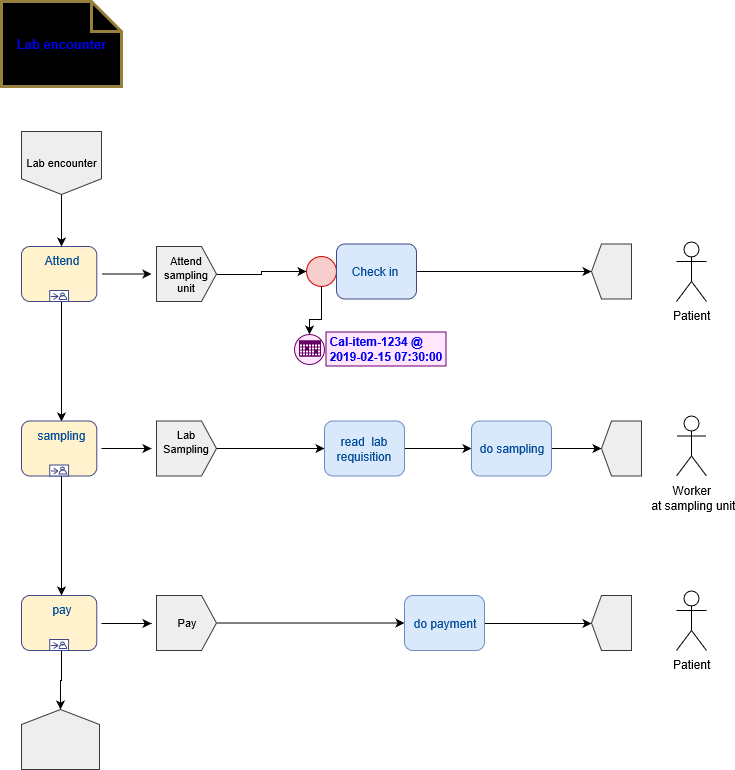
This is images/lab encounter 2.png from hauhaann/taskplanning, a draw.io export, as it was before one commit. Source tidied: cells renumbered, new cells last; positions are measured from the earlier drawing's top-left corner, leaving out a move shared by most shapes. The source it was exported from:
```xml
<mxGraphModel>
  <root>
    <mxCell id="0" />
    <mxCell id="1" parent="0" />
    <mxCell id="2" value="&lt;div style=&quot;text-align: center&quot;&gt;&lt;font color=&quot;#0000f0&quot;&gt;&lt;b&gt;Lab encounter&lt;/b&gt;&lt;/font&gt;&lt;font color=&quot;#0000f0&quot;&gt;&lt;b&gt;&lt;br&gt;&lt;/b&gt;&lt;/font&gt;&lt;/div&gt;" style="shape=note;whiteSpace=wrap;html=1;backgroundOutline=1;darkOpacity=0.05;fontSize=13;fillColor=#fff2cc;strokeColor=#96803C;gradientColor=#ffd966;fontColor=#0000CC;spacingTop=0;strokeWidth=3;align=center;" parent="1" vertex="1">
      <mxGeometry width="120" height="85" as="geometry" />
    </mxCell>
    <mxCell id="3" style="edgeStyle=orthogonalEdgeStyle;rounded=0;jettySize=auto;html=1;exitX=1;exitY=0.5;exitDx=0;exitDy=0;entryX=0;entryY=0.5;entryDx=0;entryDy=0;" parent="1" edge="1" source="4" target="7">
      <mxGeometry relative="1" as="geometry" />
    </mxCell>
    <mxCell id="4" value="Attend sampling unit&lt;br&gt;" style="shape=(stored shape, 376 characters);whiteSpace=wrap;html=1;fillColor=#eeeeee;fontSize=11;strokeColor=#36393d;" parent="1" vertex="1">
      <mxGeometry x="155" y="245" width="60" height="55" as="geometry" />
    </mxCell>
    <mxCell id="5" style="edgeStyle=orthogonalEdgeStyle;rounded=0;jettySize=auto;html=1;exitX=0.137;exitY=0.78;exitDx=0;exitDy=0;exitPerimeter=0;entryX=0.5;entryY=0;entryDx=0;entryDy=0;" parent="1" edge="1" source="7" target="10">
      <mxGeometry relative="1" as="geometry" />
    </mxCell>
    <mxCell id="6" style="edgeStyle=orthogonalEdgeStyle;rounded=0;jettySize=auto;html=1;entryX=0;entryY=0.5;entryDx=0;entryDy=0;" parent="1" edge="1" source="7" target="8">
      <mxGeometry relative="1" as="geometry" />
    </mxCell>
    <mxCell id="7" value="Check in&lt;br&gt;" style="shape=(stored shape, 404 characters);whiteSpace=wrap;html=1;fontSize=12;align=center;fillColor=#dae8fc;strokeColor=#6c8ebf;fontColor=#004C99;spacingLeft=26;" parent="1" vertex="1">
      <mxGeometry x="305" y="242.5" width="110" height="55" as="geometry" />
    </mxCell>
    <mxCell id="8" style="shape=(stored shape, 372 characters);whiteSpace=wrap;html=1;fillColor=#f5f5f5;gradientColor=#b3b3b3;fontSize=11;strokeColor=#666666;" parent="1" vertex="1">
      <mxGeometry x="590" y="242.5" width="40" height="55" as="geometry" />
    </mxCell>
    <mxCell id="9" style="group;fontStyle=1;" parent="1" vertex="1">
      <mxGeometry x="293" y="330.5" width="151.5" height="34" as="geometry" />
    </mxCell>
    <mxCell id="10" style="shape=(stored shape, 524 characters);whiteSpace=wrap;html=1;fontSize=12;align=center;verticalAlign=top;fillColor=#f8cecc;strokeColor=#b85450;spacingRight=-30;" parent="9" vertex="1">
      <mxGeometry y="2" width="30" height="30" as="geometry" />
    </mxCell>
    <mxCell id="11" value="&lt;div style=&quot;text-align: left&quot;&gt;&lt;span&gt;&lt;b&gt;&lt;font color=&quot;#0000f0&quot;&gt;Cal-item-1234 @&amp;nbsp;&lt;/font&gt;&lt;/b&gt;&lt;/span&gt;&lt;/div&gt;&lt;div style=&quot;text-align: left&quot;&gt;&lt;font color=&quot;#0000f0&quot;&gt;&lt;b&gt;2019-02-15 07:30:00&lt;/b&gt;&lt;/font&gt;&lt;/div&gt;&lt;div style=&quot;text-align: left&quot;&gt;&lt;/div&gt;" style="rounded=0;whiteSpace=wrap;html=1;fontSize=12;fontColor=#004C99;strokeColor=#660066;fillColor=#FFE6FE;" parent="9" vertex="1">
      <mxGeometry x="31.5" width="120" height="34" as="geometry" />
    </mxCell>
    <mxCell id="12" style="edgeStyle=orthogonalEdgeStyle;rounded=0;jettySize=auto;html=1;" parent="1" edge="1" source="13" target="15">
      <mxGeometry relative="1" as="geometry" />
    </mxCell>
    <mxCell id="13" value="Lab Sampling&lt;br&gt;&lt;br&gt;" style="shape=(stored shape, 376 characters);whiteSpace=wrap;html=1;fillColor=#eeeeee;fontSize=11;strokeColor=#36393d;" parent="1" vertex="1">
      <mxGeometry x="155" y="419.5" width="60" height="55" as="geometry" />
    </mxCell>
    <mxCell id="14" style="edgeStyle=orthogonalEdgeStyle;rounded=0;jettySize=auto;html=1;" parent="1" edge="1" source="15" target="17">
      <mxGeometry relative="1" as="geometry" />
    </mxCell>
    <mxCell id="15" value="read&amp;nbsp; lab requisition&lt;br&gt;" style="shape=(stored shape, 288 characters);whiteSpace=wrap;html=1;fontSize=12;align=center;fillColor=#dae8fc;strokeColor=#6c8ebf;fontColor=#004C99;" parent="1" vertex="1">
      <mxGeometry x="323" y="419.5" width="80" height="55" as="geometry" />
    </mxCell>
    <mxCell id="16" style="edgeStyle=orthogonalEdgeStyle;rounded=0;jettySize=auto;html=1;entryX=0;entryY=0.5;entryDx=0;entryDy=0;" parent="1" edge="1" source="17" target="18">
      <mxGeometry relative="1" as="geometry" />
    </mxCell>
    <mxCell id="17" value="do sampling&lt;br&gt;" style="shape=(stored shape, 288 characters);whiteSpace=wrap;html=1;fontSize=12;align=center;fillColor=#dae8fc;strokeColor=#6c8ebf;fontColor=#004C99;" parent="1" vertex="1">
      <mxGeometry x="470" y="419.5" width="80" height="55" as="geometry" />
    </mxCell>
    <mxCell id="18" style="shape=(stored shape, 372 characters);whiteSpace=wrap;html=1;fillColor=#f5f5f5;gradientColor=#b3b3b3;fontSize=11;strokeColor=#666666;" parent="1" vertex="1">
      <mxGeometry x="600" y="419.5" width="40" height="55" as="geometry" />
    </mxCell>
    <mxCell id="19" value="Patient&lt;br&gt;" style="shape=umlActor;verticalLabelPosition=bottom;labelBackgroundColor=#ffffff;verticalAlign=top;html=1;" parent="1" vertex="1">
      <mxGeometry x="675" y="240" width="30" height="60" as="geometry" />
    </mxCell>
    <mxCell id="20" value="Worker&lt;br&gt;&amp;nbsp;at sampling unit&lt;br&gt;&lt;br&gt;" style="shape=umlActor;verticalLabelPosition=bottom;labelBackgroundColor=#ffffff;verticalAlign=top;html=1;" parent="1" vertex="1">
      <mxGeometry x="675" y="414.5" width="30" height="60" as="geometry" />
    </mxCell>
    <mxCell id="21" style="edgeStyle=orthogonalEdgeStyle;rounded=0;jettySize=auto;html=1;" parent="1" edge="1" source="22" target="24">
      <mxGeometry relative="1" as="geometry" />
    </mxCell>
    <mxCell id="22" value="Pay&lt;br&gt;" style="shape=(stored shape, 376 characters);whiteSpace=wrap;html=1;fillColor=#eeeeee;fontSize=11;strokeColor=#36393d;" parent="1" vertex="1">
      <mxGeometry x="155" y="594" width="60" height="55" as="geometry" />
    </mxCell>
    <mxCell id="23" style="edgeStyle=orthogonalEdgeStyle;rounded=0;jettySize=auto;html=1;exitX=1;exitY=0.5;exitDx=0;exitDy=0;entryX=0;entryY=0.5;entryDx=0;entryDy=0;" parent="1" edge="1" source="24" target="26">
      <mxGeometry relative="1" as="geometry" />
    </mxCell>
    <mxCell id="24" value="do payment&lt;br&gt;" style="shape=(stored shape, 288 characters);whiteSpace=wrap;html=1;fontSize=12;align=center;fillColor=#dae8fc;strokeColor=#6c8ebf;fontColor=#004C99;" parent="1" vertex="1">
      <mxGeometry x="403" y="594" width="80" height="55" as="geometry" />
    </mxCell>
    <mxCell id="25" value="Patient&lt;br&gt;" style="shape=umlActor;verticalLabelPosition=bottom;labelBackgroundColor=#ffffff;verticalAlign=top;html=1;" parent="1" vertex="1">
      <mxGeometry x="675" y="589" width="30" height="60" as="geometry" />
    </mxCell>
    <mxCell id="26" style="shape=(stored shape, 372 characters);whiteSpace=wrap;html=1;fillColor=#f5f5f5;gradientColor=#b3b3b3;fontSize=11;strokeColor=#666666;" parent="1" vertex="1">
      <mxGeometry x="590" y="594" width="40" height="55" as="geometry" />
    </mxCell>
    <mxCell id="27" style="edgeStyle=orthogonalEdgeStyle;rounded=0;jettySize=auto;html=1;" parent="1" edge="1" source="29">
      <mxGeometry relative="1" as="geometry">
        <mxPoint x="150" y="272.5" as="targetPoint" />
      </mxGeometry>
    </mxCell>
    <mxCell id="28" style="edgeStyle=orthogonalEdgeStyle;rounded=0;jettySize=auto;html=1;entryX=0.5;entryY=0;entryDx=0;entryDy=0;" parent="1" edge="1" source="29" target="32">
      <mxGeometry relative="1" as="geometry" />
    </mxCell>
    <mxCell id="29" value="Attend&lt;br&gt;" style="shape=(stored shape, 544 characters);whiteSpace=wrap;html=1;fontSize=12;align=center;verticalAlign=top;fillColor=#fff2cc;strokeColor=#d6b656;fontColor=#004C99;" parent="1" vertex="1">
      <mxGeometry x="20" y="245" width="80" height="55" as="geometry" />
    </mxCell>
    <mxCell id="30" style="edgeStyle=orthogonalEdgeStyle;rounded=0;jettySize=auto;html=1;exitX=1;exitY=0.5;exitDx=0;exitDy=0;" parent="1" edge="1" source="32">
      <mxGeometry relative="1" as="geometry">
        <mxPoint x="150" y="447" as="targetPoint" />
      </mxGeometry>
    </mxCell>
    <mxCell id="31" style="edgeStyle=orthogonalEdgeStyle;rounded=0;jettySize=auto;html=1;entryX=0.5;entryY=0;entryDx=0;entryDy=0;" parent="1" edge="1" source="32" target="35">
      <mxGeometry relative="1" as="geometry" />
    </mxCell>
    <mxCell id="32" value="sampling&lt;br&gt;" style="shape=(stored shape, 544 characters);whiteSpace=wrap;html=1;fontSize=12;align=center;verticalAlign=top;fillColor=#fff2cc;strokeColor=#d6b656;fontColor=#004C99;" parent="1" vertex="1">
      <mxGeometry x="20" y="419.5" width="80" height="55" as="geometry" />
    </mxCell>
    <mxCell id="33" style="edgeStyle=orthogonalEdgeStyle;rounded=0;jettySize=auto;html=1;exitX=1;exitY=0.5;exitDx=0;exitDy=0;" parent="1" edge="1" source="35">
      <mxGeometry relative="1" as="geometry">
        <mxPoint x="150" y="622" as="targetPoint" />
      </mxGeometry>
    </mxCell>
    <mxCell id="34" style="edgeStyle=orthogonalEdgeStyle;rounded=0;jettySize=auto;html=1;" parent="1" edge="1" source="35" target="36">
      <mxGeometry relative="1" as="geometry" />
    </mxCell>
    <mxCell id="35" value="pay&lt;br&gt;" style="shape=(stored shape, 544 characters);whiteSpace=wrap;html=1;fontSize=12;align=center;verticalAlign=top;fillColor=#fff2cc;strokeColor=#d6b656;fontColor=#004C99;" parent="1" vertex="1">
      <mxGeometry x="20" y="594" width="80" height="55" as="geometry" />
    </mxCell>
    <mxCell id="36" value="&lt;br&gt;" style="shape=(stored shape, 376 characters);whiteSpace=wrap;html=1;fillColor=#eeeeee;fontSize=11;strokeColor=#36393d;direction=north;" parent="1" vertex="1">
      <mxGeometry x="20" y="708" width="78" height="60" as="geometry" />
    </mxCell>
    <mxCell id="37" style="edgeStyle=orthogonalEdgeStyle;rounded=0;jettySize=auto;html=1;" parent="1" edge="1" source="38" target="29">
      <mxGeometry relative="1" as="geometry" />
    </mxCell>
    <mxCell id="38" value="Lab encounter&lt;br&gt;" style="shape=(stored shape, 376 characters);whiteSpace=wrap;html=1;fillColor=#eeeeee;fontSize=11;strokeColor=#36393d;direction=south;" parent="1" vertex="1">
      <mxGeometry x="20" y="130" width="80" height="63" as="geometry" />
    </mxCell>
  </root>
</mxGraphModel>
```
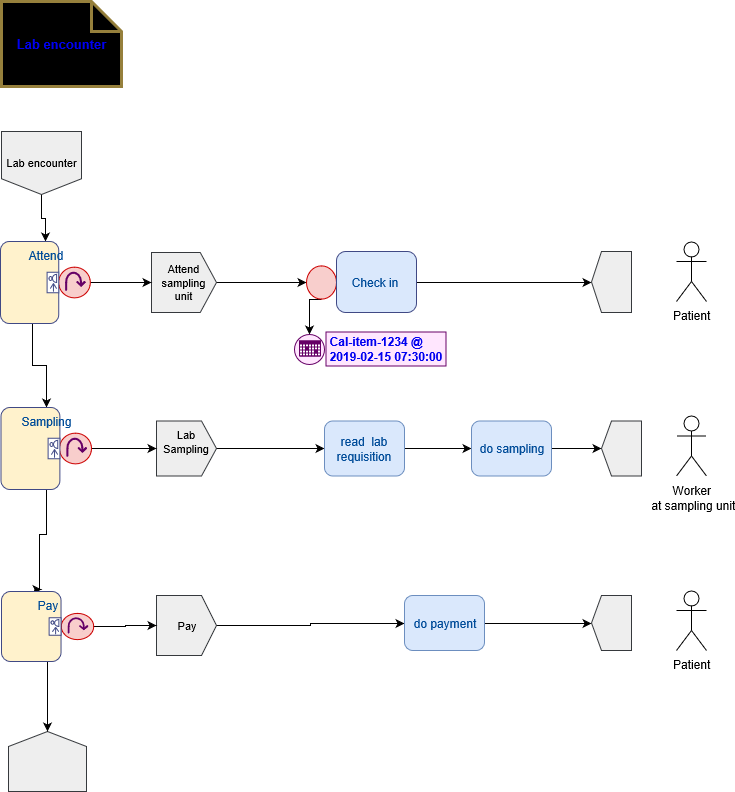
After the commit.

What changed in the source:
```diff
@@ -9,7 +9,7 @@
       <mxGeometry relative="1" as="geometry" />
     </mxCell>
     <mxCell id="4" value="Attend sampling unit&lt;br&gt;" style="shape=(stored shape, 376 characters);whiteSpace=wrap;html=1;fillColor=#eeeeee;fontSize=11;strokeColor=#36393d;" parent="1" vertex="1">
-      <mxGeometry x="155" y="245" width="60" height="55" as="geometry" />
+      <mxGeometry x="150" y="251" width="65" height="60" as="geometry" />
     </mxCell>
     <mxCell id="5" style="edgeStyle=orthogonalEdgeStyle;rounded=0;jettySize=auto;html=1;exitX=0.137;exitY=0.78;exitDx=0;exitDy=0;exitPerimeter=0;entryX=0.5;entryY=0;entryDx=0;entryDy=0;" parent="1" edge="1" source="7" target="10">
       <mxGeometry relative="1" as="geometry" />
@@ -18,10 +18,10 @@
       <mxGeometry relative="1" as="geometry" />
     </mxCell>
     <mxCell id="7" value="Check in&lt;br&gt;" style="shape=(stored shape, 404 characters);whiteSpace=wrap;html=1;fontSize=12;align=center;fillColor=#dae8fc;strokeColor=#6c8ebf;fontColor=#004C99;spacingLeft=26;" parent="1" vertex="1">
-      <mxGeometry x="305" y="242.5" width="110" height="55" as="geometry" />
+      <mxGeometry x="305" y="250" width="110" height="61" as="geometry" />
     </mxCell>
     <mxCell id="8" style="shape=(stored shape, 372 characters);whiteSpace=wrap;html=1;fillColor=#f5f5f5;gradientColor=#b3b3b3;fontSize=11;strokeColor=#666666;" parent="1" vertex="1">
-      <mxGeometry x="590" y="242.5" width="40" height="55" as="geometry" />
+      <mxGeometry x="590" y="250" width="40" height="61" as="geometry" />
     </mxCell>
     <mxCell id="9" style="group;fontStyle=1;" parent="1" vertex="1">
       <mxGeometry x="293" y="330.5" width="151.5" height="34" as="geometry" />
@@ -63,7 +63,7 @@
       <mxGeometry relative="1" as="geometry" />
     </mxCell>
     <mxCell id="22" value="Pay&lt;br&gt;" style="shape=(stored shape, 376 characters);whiteSpace=wrap;html=1;fillColor=#eeeeee;fontSize=11;strokeColor=#36393d;" parent="1" vertex="1">
-      <mxGeometry x="155" y="594" width="60" height="55" as="geometry" />
+      <mxGeometry x="155" y="594" width="60" height="60" as="geometry" />
     </mxCell>
     <mxCell id="23" style="edgeStyle=orthogonalEdgeStyle;rounded=0;jettySize=auto;html=1;exitX=1;exitY=0.5;exitDx=0;exitDy=0;entryX=0;entryY=0.5;entryDx=0;entryDy=0;" parent="1" edge="1" source="24" target="26">
       <mxGeometry relative="1" as="geometry" />
@@ -77,47 +77,47 @@
     <mxCell id="26" style="shape=(stored shape, 372 characters);whiteSpace=wrap;html=1;fillColor=#f5f5f5;gradientColor=#b3b3b3;fontSize=11;strokeColor=#666666;" parent="1" vertex="1">
       <mxGeometry x="590" y="594" width="40" height="55" as="geometry" />
     </mxCell>
-    <mxCell id="27" style="edgeStyle=orthogonalEdgeStyle;rounded=0;jettySize=auto;html=1;" parent="1" edge="1" source="29">
-      <mxGeometry relative="1" as="geometry">
-        <mxPoint x="150" y="272.5" as="targetPoint" />
-      </mxGeometry>
-    </mxCell>
-    <mxCell id="28" style="edgeStyle=orthogonalEdgeStyle;rounded=0;jettySize=auto;html=1;entryX=0.5;entryY=0;entryDx=0;entryDy=0;" parent="1" edge="1" source="29" target="32">
-      <mxGeometry relative="1" as="geometry" />
-    </mxCell>
-    <mxCell id="29" value="Attend&lt;br&gt;" style="shape=(stored shape, 544 characters);whiteSpace=wrap;html=1;fontSize=12;align=center;verticalAlign=top;fillColor=#fff2cc;strokeColor=#d6b656;fontColor=#004C99;" parent="1" vertex="1">
-      <mxGeometry x="20" y="245" width="80" height="55" as="geometry" />
-    </mxCell>
-    <mxCell id="30" style="edgeStyle=orthogonalEdgeStyle;rounded=0;jettySize=auto;html=1;exitX=1;exitY=0.5;exitDx=0;exitDy=0;" parent="1" edge="1" source="32">
-      <mxGeometry relative="1" as="geometry">
-        <mxPoint x="150" y="447" as="targetPoint" />
-      </mxGeometry>
-    </mxCell>
-    <mxCell id="31" style="edgeStyle=orthogonalEdgeStyle;rounded=0;jettySize=auto;html=1;entryX=0.5;entryY=0;entryDx=0;entryDy=0;" parent="1" edge="1" source="32" target="35">
-      <mxGeometry relative="1" as="geometry" />
-    </mxCell>
-    <mxCell id="32" value="sampling&lt;br&gt;" style="shape=(stored shape, 544 characters);whiteSpace=wrap;html=1;fontSize=12;align=center;verticalAlign=top;fillColor=#fff2cc;strokeColor=#d6b656;fontColor=#004C99;" parent="1" vertex="1">
-      <mxGeometry x="20" y="419.5" width="80" height="55" as="geometry" />
-    </mxCell>
-    <mxCell id="33" style="edgeStyle=orthogonalEdgeStyle;rounded=0;jettySize=auto;html=1;exitX=1;exitY=0.5;exitDx=0;exitDy=0;" parent="1" edge="1" source="35">
-      <mxGeometry relative="1" as="geometry">
-        <mxPoint x="150" y="622" as="targetPoint" />
-      </mxGeometry>
-    </mxCell>
-    <mxCell id="34" style="edgeStyle=orthogonalEdgeStyle;rounded=0;jettySize=auto;html=1;" parent="1" edge="1" source="35" target="36">
-      <mxGeometry relative="1" as="geometry" />
-    </mxCell>
-    <mxCell id="35" value="pay&lt;br&gt;" style="shape=(stored shape, 544 characters);whiteSpace=wrap;html=1;fontSize=12;align=center;verticalAlign=top;fillColor=#fff2cc;strokeColor=#d6b656;fontColor=#004C99;" parent="1" vertex="1">
-      <mxGeometry x="20" y="594" width="80" height="55" as="geometry" />
-    </mxCell>
     <mxCell id="36" value="&lt;br&gt;" style="shape=(stored shape, 376 characters);whiteSpace=wrap;html=1;fillColor=#eeeeee;fontSize=11;strokeColor=#36393d;direction=north;" parent="1" vertex="1">
-      <mxGeometry x="20" y="708" width="78" height="60" as="geometry" />
+      <mxGeometry x="7" y="730" width="78" height="60" as="geometry" />
     </mxCell>
     <mxCell id="37" style="edgeStyle=orthogonalEdgeStyle;rounded=0;jettySize=auto;html=1;" parent="1" edge="1" source="38" target="29">
       <mxGeometry relative="1" as="geometry" />
     </mxCell>
     <mxCell id="38" value="Lab encounter&lt;br&gt;" style="shape=(stored shape, 376 characters);whiteSpace=wrap;html=1;fillColor=#eeeeee;fontSize=11;strokeColor=#36393d;direction=south;" parent="1" vertex="1">
-      <mxGeometry x="20" y="130" width="80" height="63" as="geometry" />
+      <mxGeometry y="130" width="80" height="63" as="geometry" />
     </mxCell>
+    <mxCell id="39" style="edgeStyle=orthogonalEdgeStyle;rounded=0;jettySize=auto;html=1;exitX=0;exitY=0.35;exitDx=0;exitDy=0;" parent="1" edge="1" source="29" target="43">
+      <mxGeometry relative="1" as="geometry" />
+    </mxCell>
+    <mxCell id="40" style="edgeStyle=orthogonalEdgeStyle;rounded=0;jettySize=auto;html=1;" parent="1" edge="1" source="29" target="4">
+      <mxGeometry relative="1" as="geometry" />
+    </mxCell>
+    <mxCell id="29" value="Attend&lt;br&gt;" style="shape=(stored shape, 728 characters);whiteSpace=wrap;html=1;fontSize=12;align=center;verticalAlign=top;fillColor=#fff2cc;strokeColor=#d6b656;fontColor=#004C99;direction=north;" parent="1" vertex="1">
+      <mxGeometry x="-1" y="240" width="90" height="82" as="geometry" />
+    </mxCell>
+    <mxCell id="41" style="edgeStyle=orthogonalEdgeStyle;rounded=0;jettySize=auto;html=1;" parent="1" edge="1" source="43" target="13">
+      <mxGeometry relative="1" as="geometry" />
+    </mxCell>
+    <mxCell id="42" style="edgeStyle=orthogonalEdgeStyle;rounded=0;jettySize=auto;html=1;entryX=1.027;entryY=0.432;entryDx=0;entryDy=0;entryPerimeter=0;exitX=0.008;exitY=0.429;exitDx=0;exitDy=0;exitPerimeter=0;" parent="1" edge="1" source="43" target="46">
+      <mxGeometry relative="1" as="geometry">
+        <Array as="points">
+          <mxPoint x="45" y="487" />
+          <mxPoint x="45" y="533" />
+          <mxPoint x="38" y="533" />
+        </Array>
+      </mxGeometry>
+    </mxCell>
+    <mxCell id="43" value="Sampling" style="shape=(stored shape, 728 characters);whiteSpace=wrap;html=1;fontSize=12;align=center;verticalAlign=top;fillColor=#fff2cc;strokeColor=#d6b656;fontColor=#004C99;direction=north;" parent="1" vertex="1">
+      <mxGeometry x="-0.5" y="406" width="91" height="82" as="geometry" />
+    </mxCell>
+    <mxCell id="44" style="edgeStyle=orthogonalEdgeStyle;rounded=0;jettySize=auto;html=1;" parent="1" edge="1" source="46" target="22">
+      <mxGeometry relative="1" as="geometry" />
+    </mxCell>
+    <mxCell id="45" style="edgeStyle=orthogonalEdgeStyle;rounded=0;jettySize=auto;html=1;" parent="1" edge="1" source="46" target="36">
+      <mxGeometry relative="1" as="geometry" />
+    </mxCell>
+    <mxCell id="46" value="Pay&lt;br&gt;" style="shape=(stored shape, 728 characters);whiteSpace=wrap;html=1;fontSize=12;align=center;verticalAlign=top;fillColor=#fff2cc;strokeColor=#d6b656;fontColor=#004C99;direction=north;" parent="1" vertex="1">
+      <mxGeometry y="590" width="92" height="70" as="geometry" />
+    </mxCell>
   </root>
 </mxGraphModel>
```
